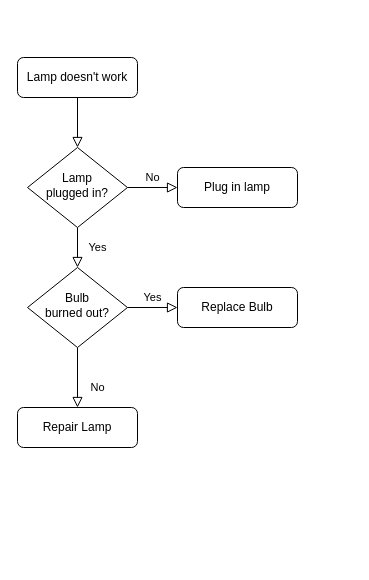
Earlier version of the draw.io diagram Untitled Diagram.drawio (gganot/Payroll-Client). Source tidied: cells renumbered, new cells numbered last; positions are measured from the earlier drawing's top-left corner, leaving out a move shared by most shapes. Both pictures are drawn from the tidied source at 100%, with x=0, y=0 at pixel (17, 57).
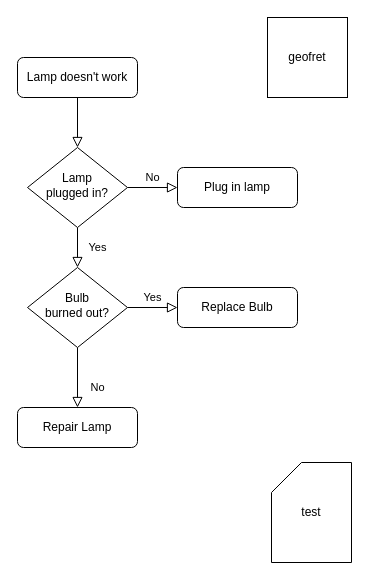
After the change.

The edit, as a diff of the source:
```diff
@@
 <mxGraphModel>
   <root>
     <mxCell id="0" />
     <mxCell id="1" parent="0" />
     <mxCell id="2" style="rounded=0;html=1;jettySize=auto;fontSize=11;endArrow=block;endFill=0;endSize=8;strokeWidth=1;shadow=0;labelBackgroundColor=none;edgeStyle=orthogonalEdgeStyle;" parent="1" edge="1" source="3" target="6">
       <mxGeometry relative="1" as="geometry" />
     </mxCell>
     <mxCell id="3" value="Lamp doesn't work" style="rounded=1;whiteSpace=wrap;html=1;fontSize=12;glass=0;strokeWidth=1;shadow=0;" parent="1" vertex="1">
       <mxGeometry width="120" height="40" as="geometry" />
     </mxCell>
     <mxCell id="4" value="Yes" style="rounded=0;html=1;jettySize=auto;fontSize=11;endArrow=block;endFill=0;endSize=8;strokeWidth=1;shadow=0;labelBackgroundColor=none;edgeStyle=orthogonalEdgeStyle;" parent="1" edge="1" source="6" target="10">
       <mxGeometry y="20" relative="1" as="geometry" />
     </mxCell>
     <mxCell id="5" value="No" style="edgeStyle=orthogonalEdgeStyle;rounded=0;html=1;jettySize=auto;fontSize=11;endArrow=block;endFill=0;endSize=8;strokeWidth=1;shadow=0;labelBackgroundColor=none;" parent="1" edge="1" source="6" target="7">
       <mxGeometry y="10" relative="1" as="geometry" />
     </mxCell>
     <mxCell id="6" value="Lamp&lt;br&gt;plugged in?" style="rhombus;whiteSpace=wrap;html=1;shadow=0;fontFamily=Helvetica;fontSize=12;align=center;strokeWidth=1;spacing=6;spacingTop=-4;" parent="1" vertex="1">
       <mxGeometry x="10" y="90" width="100" height="80" as="geometry" />
     </mxCell>
     <mxCell id="7" value="Plug in lamp" style="rounded=1;whiteSpace=wrap;html=1;fontSize=12;glass=0;strokeWidth=1;shadow=0;" parent="1" vertex="1">
       <mxGeometry x="160" y="110" width="120" height="40" as="geometry" />
     </mxCell>
     <mxCell id="8" value="No" style="rounded=0;html=1;jettySize=auto;fontSize=11;endArrow=block;endFill=0;endSize=8;strokeWidth=1;shadow=0;labelBackgroundColor=none;edgeStyle=orthogonalEdgeStyle;" parent="1" edge="1" source="10" target="11">
       <mxGeometry x="0.33" y="20" relative="1" as="geometry" />
     </mxCell>
     <mxCell id="9" value="Yes" style="edgeStyle=orthogonalEdgeStyle;rounded=0;html=1;jettySize=auto;fontSize=11;endArrow=block;endFill=0;endSize=8;strokeWidth=1;shadow=0;labelBackgroundColor=none;" parent="1" edge="1" source="10" target="12">
       <mxGeometry y="10" relative="1" as="geometry" />
     </mxCell>
     <mxCell id="10" value="Bulb&lt;br&gt;burned out?" style="rhombus;whiteSpace=wrap;html=1;shadow=0;fontFamily=Helvetica;fontSize=12;align=center;strokeWidth=1;spacing=6;spacingTop=-4;" parent="1" vertex="1">
       <mxGeometry x="10" y="210" width="100" height="80" as="geometry" />
     </mxCell>
     <mxCell id="11" value="Repair Lamp" style="rounded=1;whiteSpace=wrap;html=1;fontSize=12;glass=0;strokeWidth=1;shadow=0;" parent="1" vertex="1">
       <mxGeometry y="350" width="120" height="40" as="geometry" />
     </mxCell>
     <mxCell id="12" value="Replace Bulb" style="rounded=1;whiteSpace=wrap;html=1;fontSize=12;glass=0;strokeWidth=1;shadow=0;" parent="1" vertex="1">
       <mxGeometry x="160" y="230" width="120" height="40" as="geometry" />
     </mxCell>
+    <mxCell id="13" value="test" style="shape=card;whiteSpace=wrap;html=1;" parent="1" vertex="1">
+      <mxGeometry x="254" y="405" width="80" height="100" as="geometry" />
+    </mxCell>
+    <mxCell id="14" value="geofret" style="whiteSpace=wrap;html=1;" parent="1" vertex="1">
+      <mxGeometry x="250" y="-40" width="80" height="80" as="geometry" />
+    </mxCell>
   </root>
 </mxGraphModel>
```
